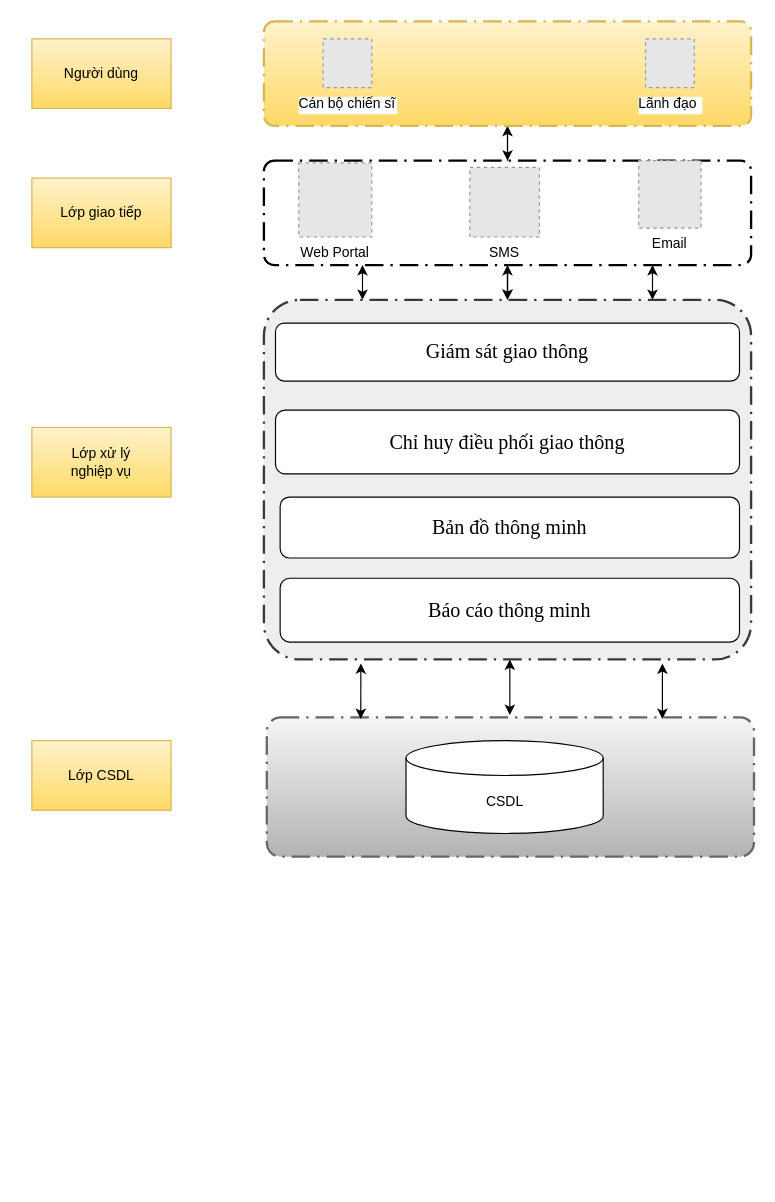
Above: page "TTDH" (1 of 2) of Untitled Diagram.drawio in letheanh12345/Draw-io (draw.io), before the change. Source tidied: cells renumbered, new cells numbered last; positions are measured from the earlier drawing's top-left corner, leaving out a move shared by most shapes. Both pictures are drawn from the tidied source at 116%, with x=0, y=0 at pixel (31, 21). Pictures stored in the file or linked from it are replaced by grey dashed boxes.
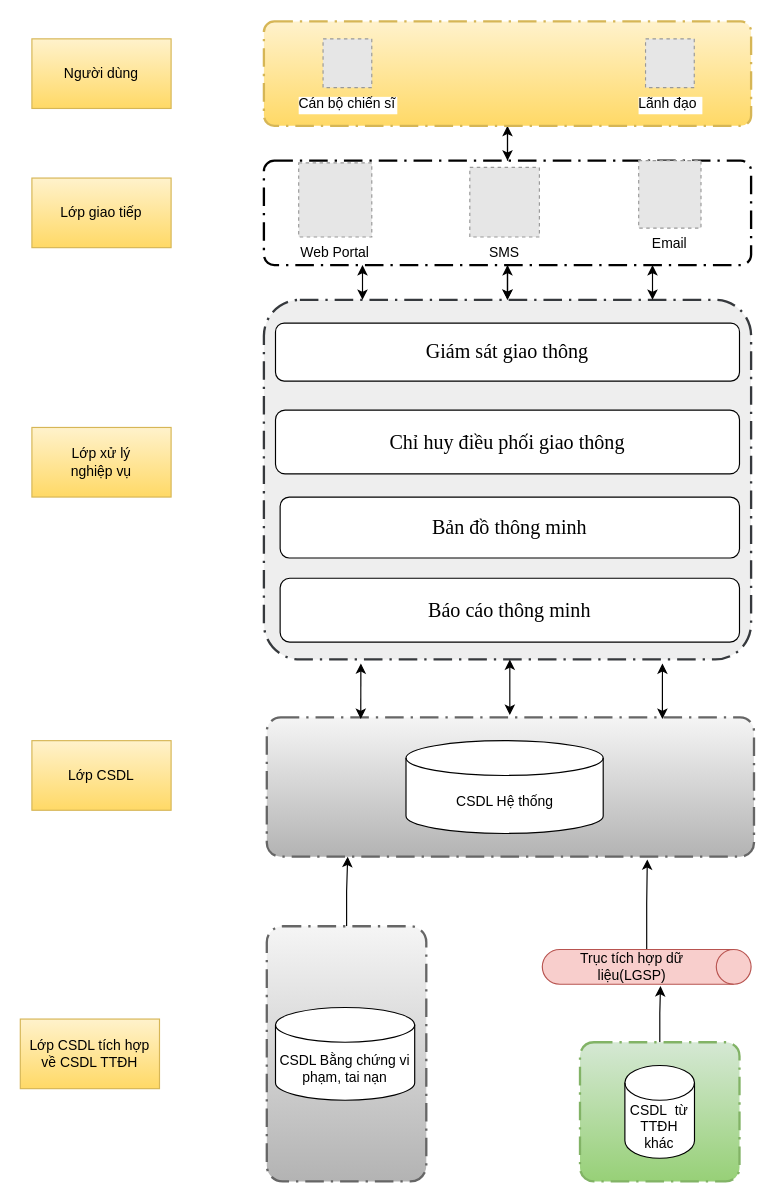
The same diagram, later.

The change refers to these unchanged cells:
```xml
<mxCell id="18" style="points=[[0.25,0,0],[0.5,0,0],[0.75,0,0],[1,0.25,0],[1,0.5,0],[1,0.75,0],[0.75,1,0],[0.5,1,0],[0.25,1,0],[0,0.75,0],[0,0.5,0],[0,0.25,0]];rounded=1;arcSize=10;dashed=1;strokeColor=#666666;fillColor=#f5f5f5;gradientColor=#b3b3b3;dashPattern=8 3 1 3;strokeWidth=2;fontStyle=1;fontSize=20;" parent="1" vertex="1">
  <mxGeometry x="202.5" y="600" width="420" height="120" as="geometry" />
</mxCell>
```

Change to the diagram source:
```diff
@@
-    <mxCell id="19" value="CSDL" style="shape=cylinder3;whiteSpace=wrap;html=1;boundedLbl=1;backgroundOutline=1;size=15;" parent="1" vertex="1">
+    <mxCell id="19" value="CSDL Hệ thống" style="shape=cylinder3;whiteSpace=wrap;html=1;boundedLbl=1;backgroundOutline=1;size=15;" parent="1" vertex="1">
       <mxGeometry x="322.5" y="620" width="170" height="80" as="geometry" />
     </mxCell>
@@
+    <mxCell id="30" style="edgeStyle=orthogonalEdgeStyle;rounded=0;jettySize=auto;html=1;entryX=0.166;entryY=1.001;entryDx=0;entryDy=0;entryPerimeter=0;" parent="1" edge="1" source="31" target="18">
+      <mxGeometry relative="1" as="geometry" />
+    </mxCell>
+    <mxCell id="31" style="points=[[0.25,0,0],[0.5,0,0],[0.75,0,0],[1,0.25,0],[1,0.5,0],[1,0.75,0],[0.75,1,0],[0.5,1,0],[0.25,1,0],[0,0.75,0],[0,0.5,0],[0,0.25,0]];rounded=1;arcSize=10;dashed=1;strokeColor=#666666;fillColor=#f5f5f5;gradientColor=#b3b3b3;dashPattern=8 3 1 3;strokeWidth=2;fontStyle=1;fontSize=20;" parent="1" vertex="1">
+      <mxGeometry x="202.5" y="780" width="137.5" height="220" as="geometry" />
+    </mxCell>
+    <mxCell id="32" value="Lớp CSDL tích hợp về CSDL TTĐH" style="rounded=0;whiteSpace=wrap;html=1;fillColor=#fff2cc;gradientColor=#ffd966;strokeColor=#d6b656;" parent="1" vertex="1">
+      <mxGeometry x="-10" y="860" width="120" height="60" as="geometry" />
+    </mxCell>
+    <mxCell id="33" value="CSDL Bằng chứng vi phạm, tai nạn" style="shape=cylinder3;whiteSpace=wrap;html=1;boundedLbl=1;backgroundOutline=1;size=15;" parent="1" vertex="1">
+      <mxGeometry x="210" y="850" width="120" height="80" as="geometry" />
+    </mxCell>
+    <mxCell id="34" style="edgeStyle=orthogonalEdgeStyle;rounded=0;jettySize=auto;html=1;entryX=1.052;entryY=0.434;entryDx=0;entryDy=0;entryPerimeter=0;" parent="1" edge="1" source="35" target="38">
+      <mxGeometry relative="1" as="geometry" />
+    </mxCell>
+    <mxCell id="35" style="points=[[0.25,0,0],[0.5,0,0],[0.75,0,0],[1,0.25,0],[1,0.5,0],[1,0.75,0],[0.75,1,0],[0.5,1,0],[0.25,1,0],[0,0.75,0],[0,0.5,0],[0,0.25,0]];rounded=1;arcSize=10;dashed=1;strokeColor=#82b366;fillColor=#d5e8d4;gradientColor=#97d077;dashPattern=8 3 1 3;strokeWidth=2;fontStyle=1;fontSize=20;" parent="1" vertex="1">
+      <mxGeometry x="472.5" y="880" width="137.5" height="120" as="geometry" />
+    </mxCell>
+    <mxCell id="36" value="CSDL&amp;nbsp; từ TTĐH khác" style="shape=cylinder3;whiteSpace=wrap;html=1;boundedLbl=1;backgroundOutline=1;size=15;" parent="1" vertex="1">
+      <mxGeometry x="511.2" y="900" width="60" height="80" as="geometry" />
+    </mxCell>
+    <mxCell id="37" style="edgeStyle=orthogonalEdgeStyle;rounded=0;jettySize=auto;html=1;entryX=0.781;entryY=1.02;entryDx=0;entryDy=0;entryPerimeter=0;" parent="1" edge="1" source="38" target="18">
+      <mxGeometry relative="1" as="geometry" />
+    </mxCell>
+    <mxCell id="38" value="Trục tích hợp dữ liệu(LGSP)" style="shape=cylinder3;whiteSpace=wrap;html=1;boundedLbl=1;backgroundOutline=1;size=15;direction=south;fillColor=#f8cecc;strokeColor=#b85450;" parent="1" vertex="1">
+      <mxGeometry x="440" y="800" width="180" height="30" as="geometry" />
+    </mxCell>
```
